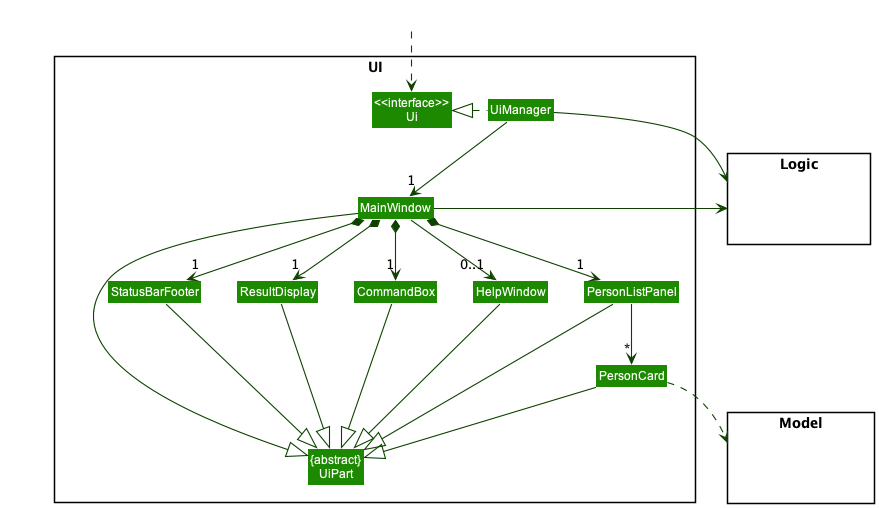
The PlantUML diagram docs/images/UiClassDiagram.png in nus-cs2103-AY2223S1/tp, before a commit.
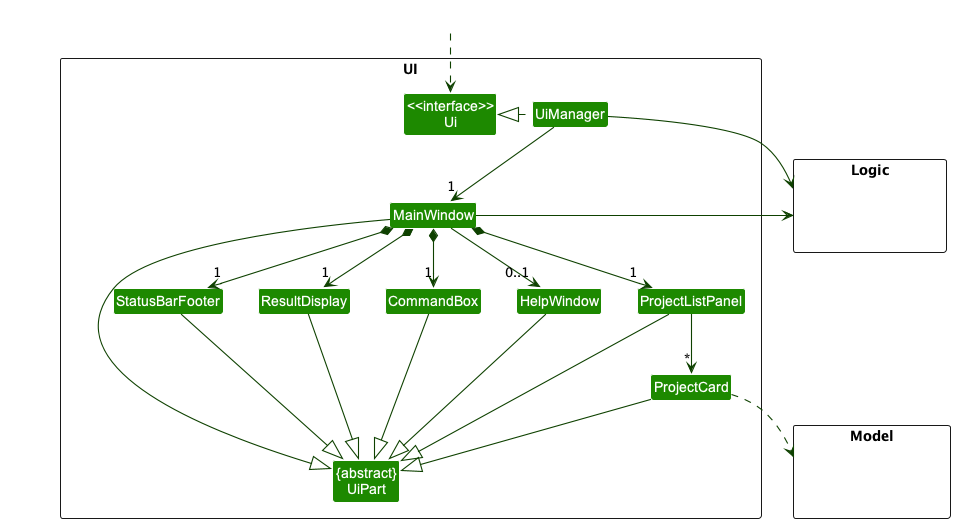
The same file after the commit.

What changed in the source:
```diff
@@ -11,8 +11,8 @@
 Class MainWindow
 Class HelpWindow
 Class ResultDisplay
-Class PersonListPanel
-Class PersonCard
+Class ProjectListPanel
+Class ProjectCard
 Class StatusBarFooter
 Class CommandBox
 }
@@ -32,26 +32,26 @@
 UiManager -down-> "1" MainWindow
 MainWindow *-down->  "1" CommandBox
 MainWindow *-down-> "1" ResultDisplay
-MainWindow *-down-> "1" PersonListPanel
+MainWindow *-down-> "1" ProjectListPanel
 MainWindow *-down-> "1" StatusBarFooter
 MainWindow --> "0..1" HelpWindow
 
-PersonListPanel -down-> "*" PersonCard
+ProjectListPanel -down-> "*" ProjectCard
 
 MainWindow -left-|> UiPart
 
 ResultDisplay --|> UiPart
 CommandBox --|> UiPart
-PersonListPanel --|> UiPart
-PersonCard --|> UiPart
+ProjectListPanel --|> UiPart
+ProjectCard --|> UiPart
 StatusBarFooter --|> UiPart
 HelpWindow --|> UiPart
 
-PersonCard ..> Model
+ProjectCard ..> Model
 UiManager -right-> Logic
 MainWindow -left-> Logic
 
-PersonListPanel -[hidden]left- HelpWindow
+ProjectListPanel -[hidden]left- HelpWindow
 HelpWindow -[hidden]left- CommandBox
 CommandBox -[hidden]left- ResultDisplay
 ResultDisplay -[hidden]left- StatusBarFooter
```
